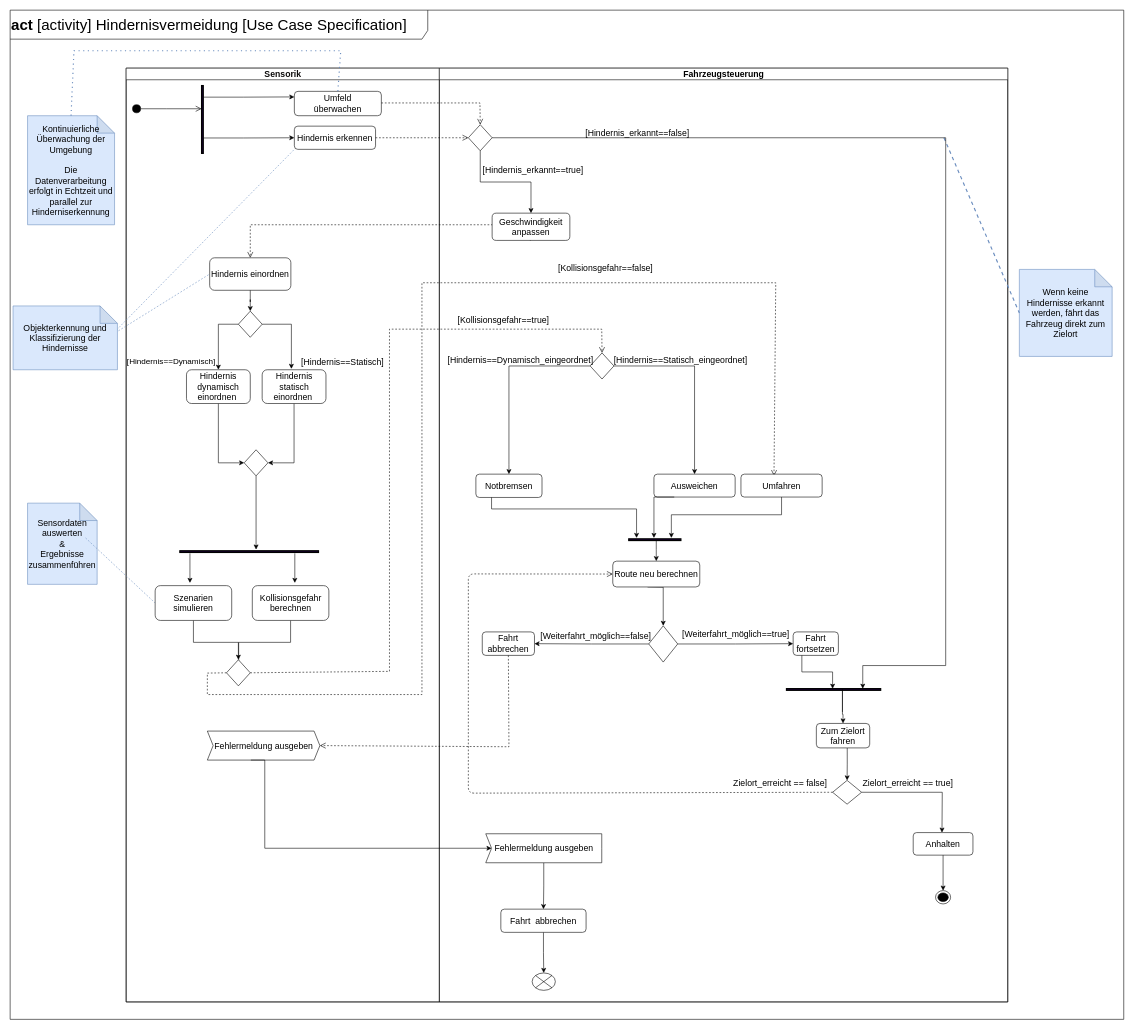
Earlier version of the draw.io diagram act-hindernisvermeidung.drawio (agrueneberg/sews2324). Source tidied: cells renumbered, new cells numbered last; positions are measured from the earlier drawing's top-left corner, leaving out a move shared by most shapes. Both pictures are drawn from the tidied source at 58%, with x=0, y=0 at pixel (10, 10).
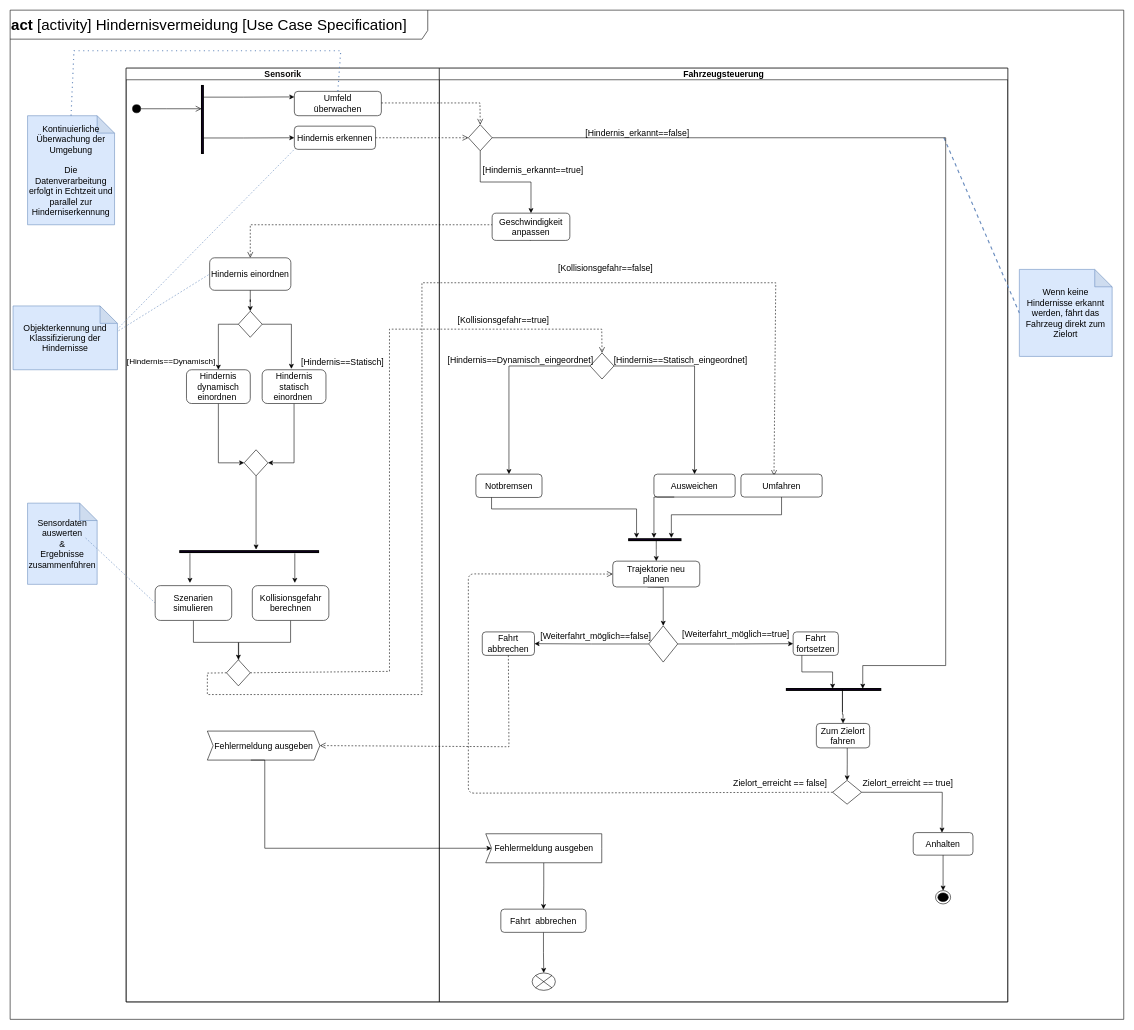
The same diagram, later.

Unchanged cells that the change refers to:
```xml
<mxCell id="8" value="&lt;font style=&quot;font-size: 15px;&quot;&gt;Fahrzeugsteuerung&lt;/font&gt;" style="swimlane;startSize=20;html=1;" parent="2" vertex="1">
  <mxGeometry x="540" width="980" height="1610" as="geometry" />
</mxCell>
```

Diff of the diagram source:
```diff
@@
-    <mxCell id="12" value="&lt;font style=&quot;font-size: 15px;&quot;&gt;Route neu berechnen&lt;/font&gt;" style="rounded=1;whiteSpace=wrap;html=1;fontSize=15;" parent="8" vertex="1">
+    <mxCell id="12" value="&lt;font style=&quot;font-size: 15px;&quot;&gt;Trajektorie neu planen&lt;/font&gt;" style="rounded=1;whiteSpace=wrap;html=1;fontSize=15;" parent="8" vertex="1">
       <mxGeometry x="299" y="850" width="150" height="44.5" as="geometry" />
     </mxCell>
```
